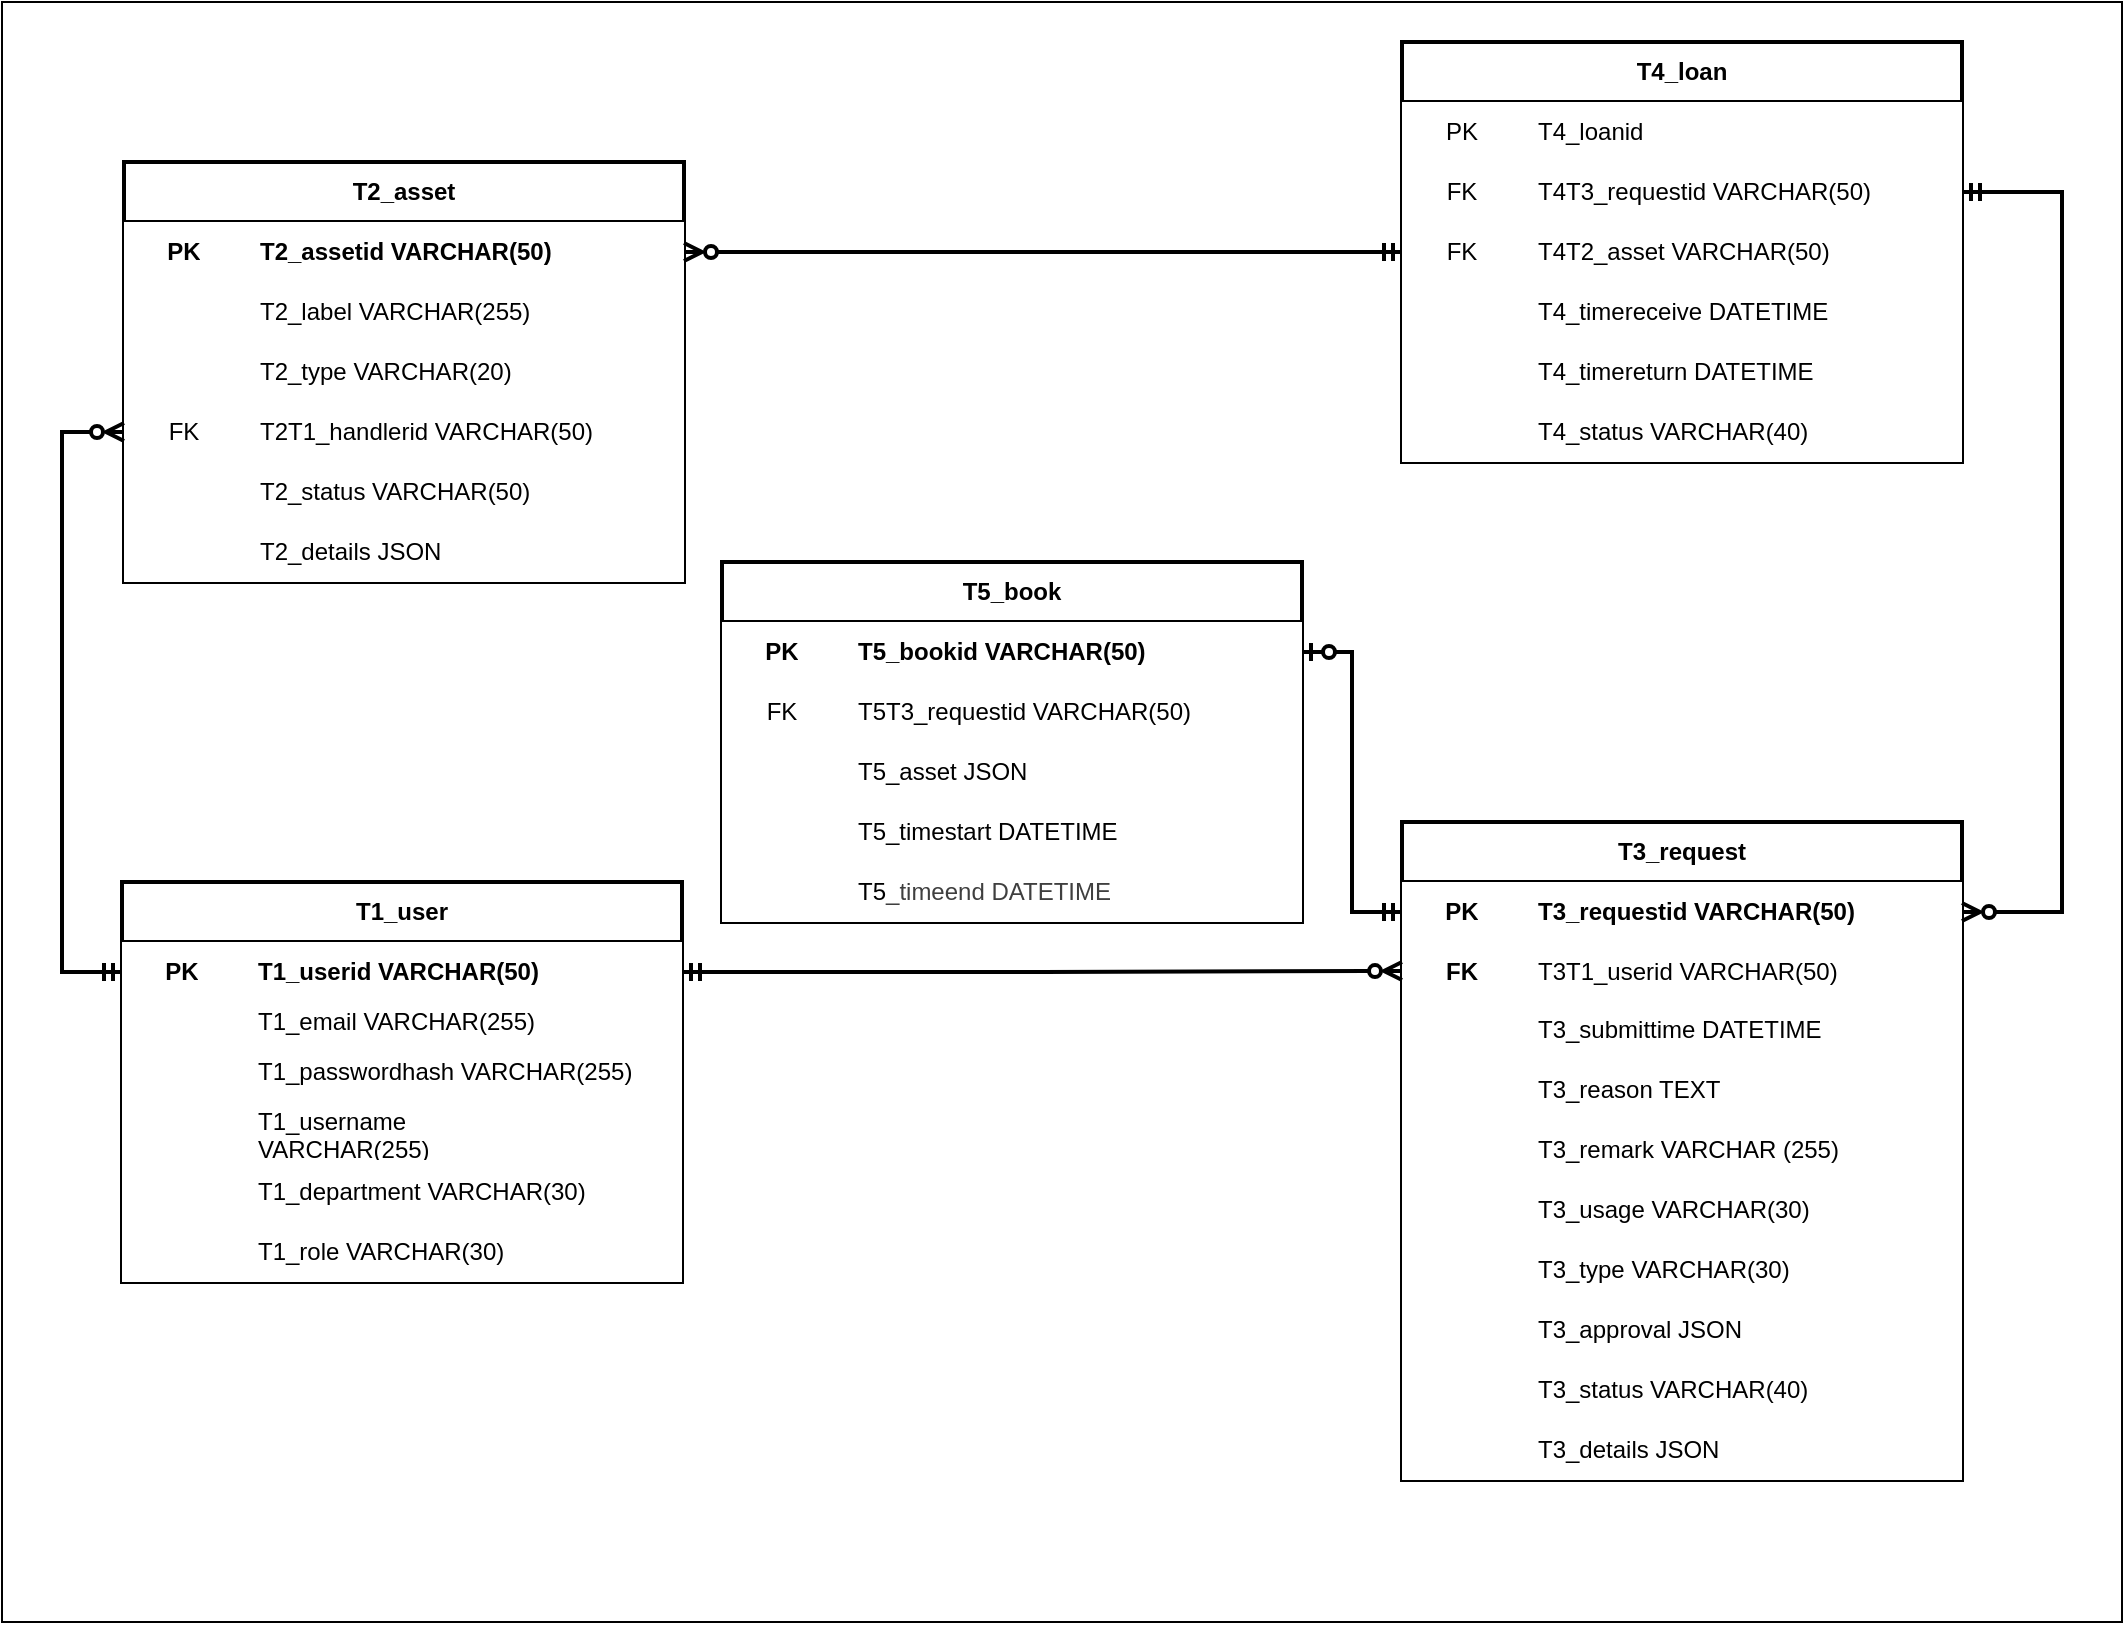
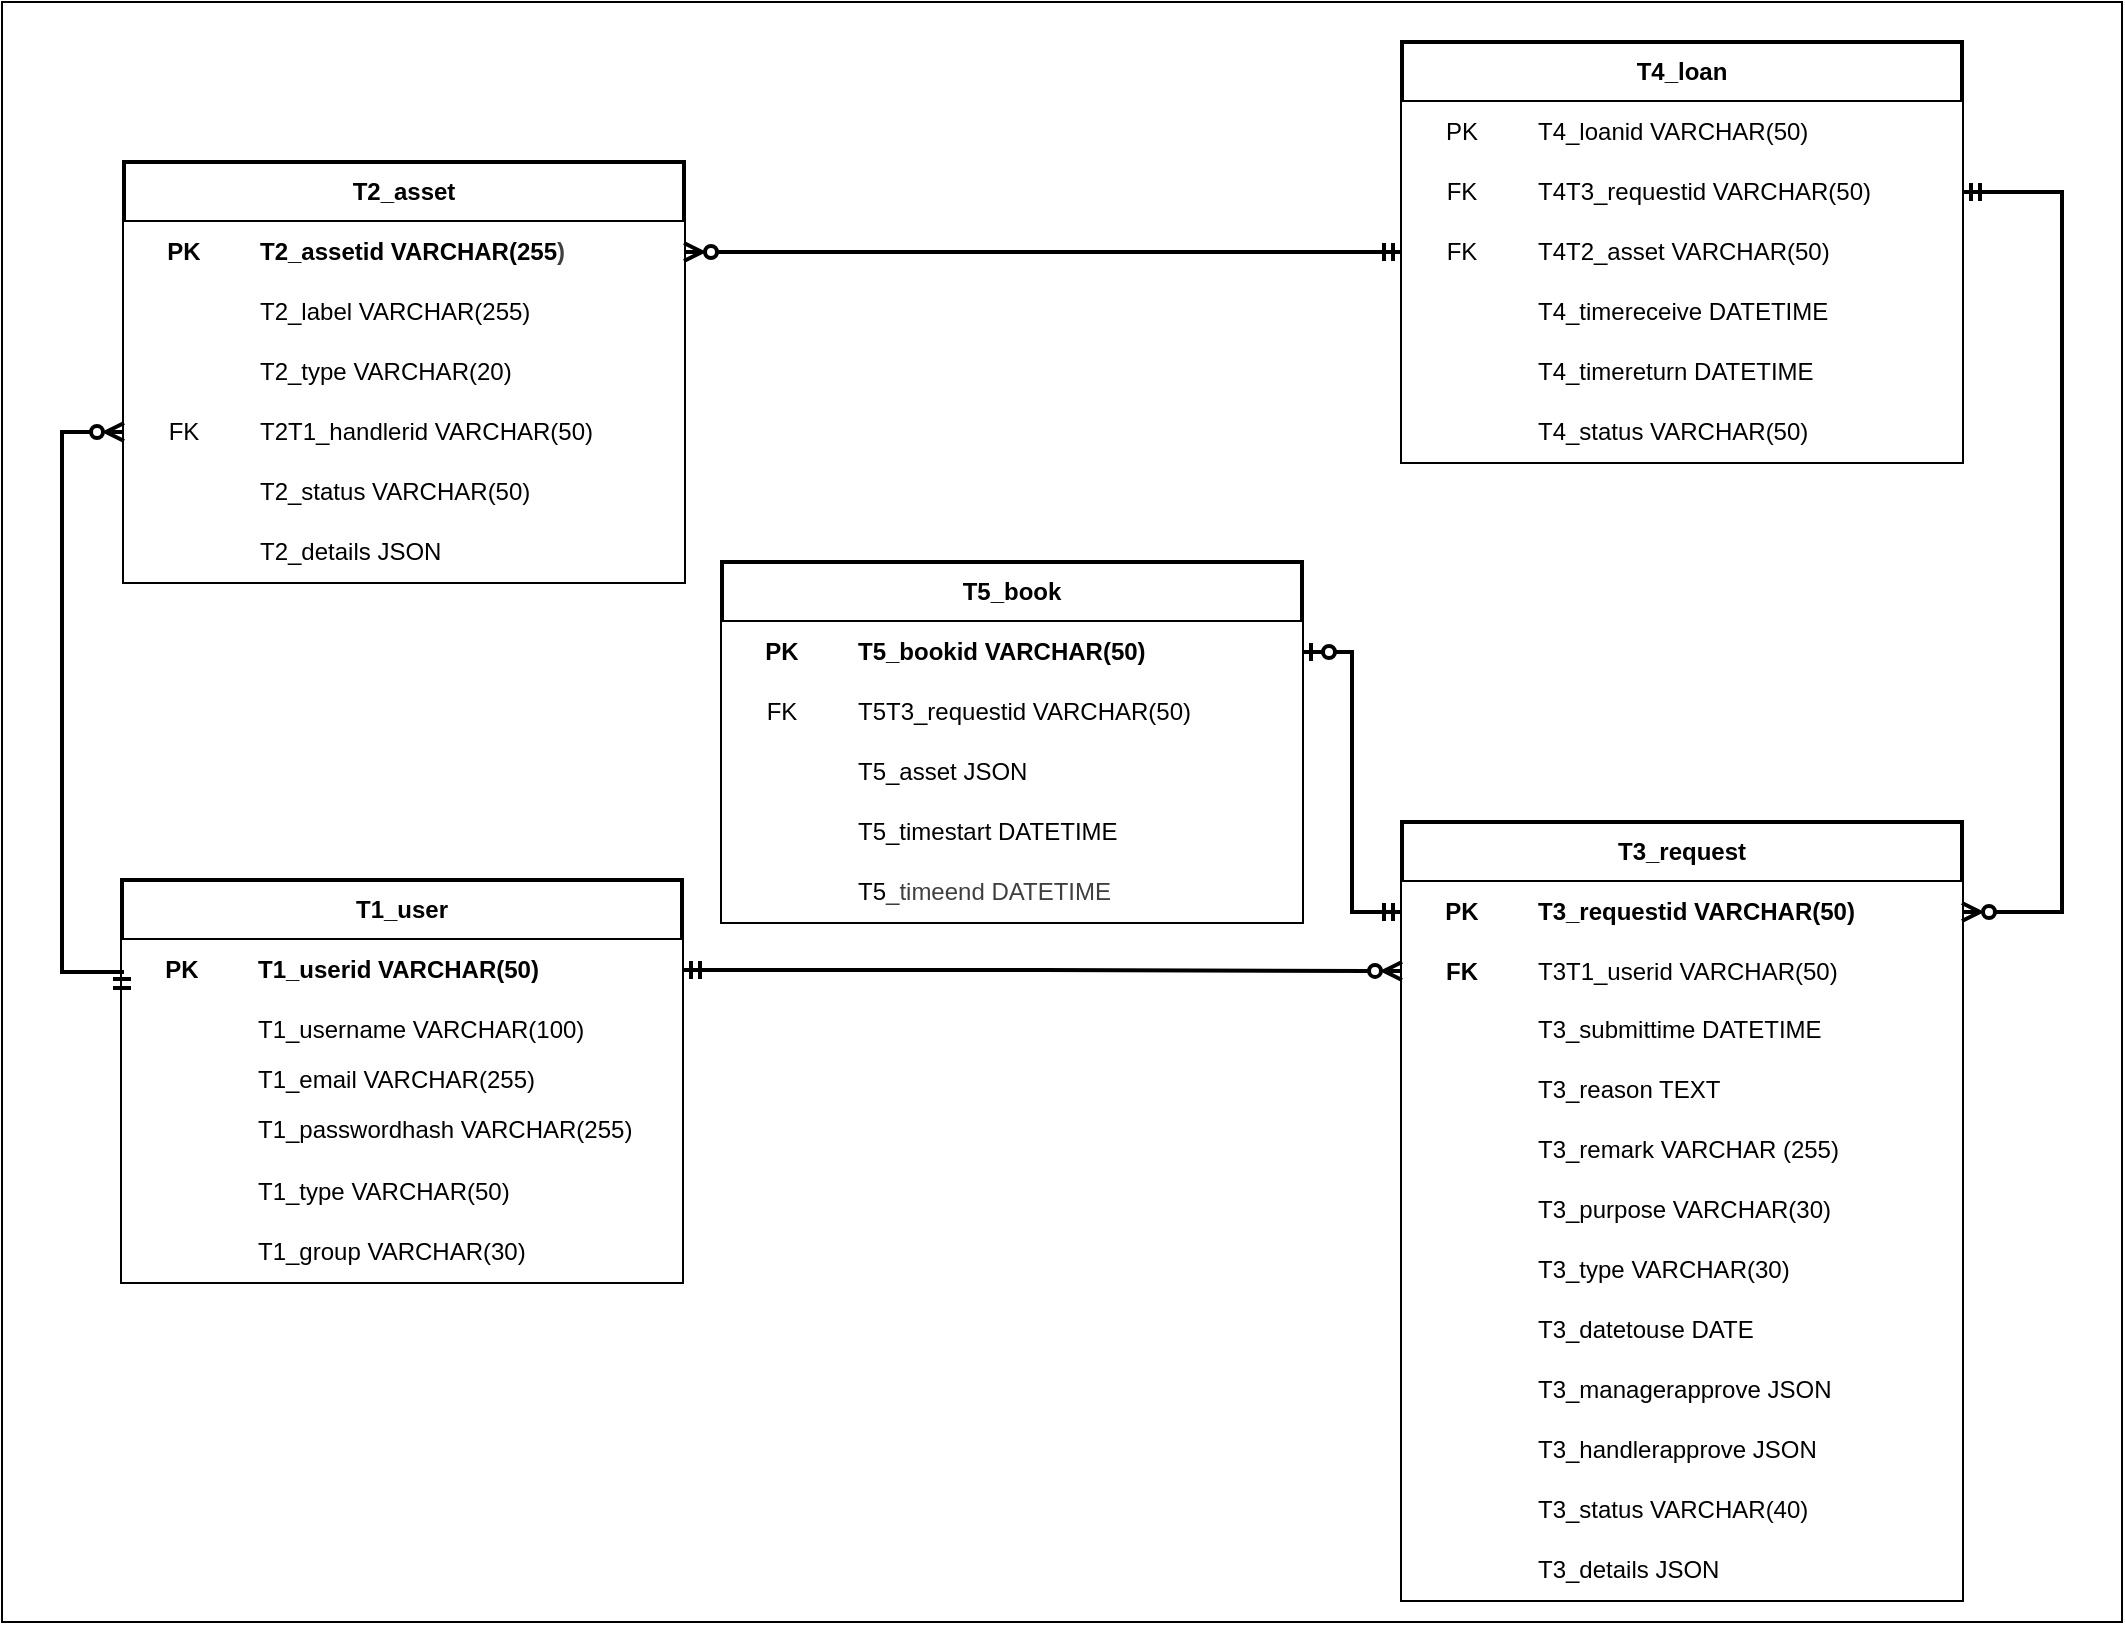
<mxfile host="65bd71144e">
    <diagram id="99jGwjI2mK34O7oxaWJw" name="Page-1">
-         <mxGraphModel dx="528" dy="912" grid="1" gridSize="10" guides="1" tooltips="1" connect="1" arrows="1" fold="1" page="1" pageScale="1" pageWidth="827" pageHeight="1169" math="0" shadow="0">
+         <mxGraphModel dx="401" dy="547" grid="1" gridSize="10" guides="1" tooltips="1" connect="1" arrows="1" fold="1" page="1" pageScale="1" pageWidth="827" pageHeight="1169" math="0" shadow="0">
            <root>
                <mxCell id="0"/>
                <mxCell id="1" parent="0"/>
                <mxCell id="160" value="" style="rounded=0;whiteSpace=wrap;html=1;movable=0;resizable=0;rotatable=0;deletable=0;editable=0;locked=1;connectable=0;" parent="1" vertex="1">
                    <mxGeometry x="160" y="90" width="1060" height="810" as="geometry"/>
                </mxCell>
                <mxCell id="18" value="T1_user" style="shape=table;startSize=30;container=1;collapsible=1;childLayout=tableLayout;fixedRows=1;rowLines=0;fontStyle=1;align=center;resizeLast=1;html=1;whiteSpace=wrap;fillColor=default;fillStyle=solid;swimlaneFillColor=none;strokeColor=default;perimeterSpacing=0;swimlaneLine=1;shadow=0;strokeWidth=2;labelBorderColor=none;labelBackgroundColor=none;" parent="1" vertex="1">
-                     <mxGeometry x="220" y="530" width="280" height="200" as="geometry"/>
+                     <mxGeometry x="220" y="529" width="280" height="201" as="geometry"/>
                </mxCell>
                <mxCell id="19" value="" style="shape=tableRow;horizontal=0;startSize=0;swimlaneHead=0;swimlaneBody=0;fillColor=default;collapsible=0;dropTarget=0;points=[[0,0.5],[1,0.5]];portConstraint=eastwest;top=0;left=0;right=0;bottom=0;html=1;labelBackgroundColor=none;labelBorderColor=none;swimlaneFillColor=none;" parent="18" vertex="1">
                    <mxGeometry y="30" width="280" height="30" as="geometry"/>
                </mxCell>
                <mxCell id="20" value="PK" style="shape=partialRectangle;connectable=0;fillColor=default;top=0;left=0;bottom=0;right=0;fontStyle=1;overflow=hidden;html=1;whiteSpace=wrap;labelBackgroundColor=none;labelBorderColor=none;swimlaneFillColor=none;" parent="19" vertex="1">
                    <mxGeometry width="60" height="30" as="geometry">
                        <mxRectangle width="60" height="30" as="alternateBounds"/>
                    </mxGeometry>
                </mxCell>
                <mxCell id="21" value="T1_userid VARCHAR(50)" style="shape=partialRectangle;connectable=0;fillColor=default;top=0;left=0;bottom=0;right=0;align=left;spacingLeft=6;fontStyle=1;overflow=hidden;html=1;whiteSpace=wrap;labelBackgroundColor=none;labelBorderColor=none;swimlaneFillColor=none;" parent="19" vertex="1">
                    <mxGeometry x="60" width="220" height="30" as="geometry">
                        <mxRectangle width="220" height="30" as="alternateBounds"/>
                    </mxGeometry>
                </mxCell>
+                 <mxCell id="119" value="" style="shape=tableRow;horizontal=0;startSize=0;swimlaneHead=0;swimlaneBody=0;fillColor=default;collapsible=0;dropTarget=0;points=[[0,0.5],[1,0.5]];portConstraint=eastwest;top=0;left=0;right=0;bottom=0;html=1;labelBackgroundColor=none;labelBorderColor=none;swimlaneFillColor=none;" parent="18" vertex="1">
+                     <mxGeometry y="60" width="280" height="30" as="geometry"/>
+                 </mxCell>
+                 <mxCell id="120" value="" style="shape=partialRectangle;connectable=0;fillColor=default;top=0;left=0;bottom=0;right=0;editable=1;overflow=hidden;html=1;whiteSpace=wrap;labelBackgroundColor=none;labelBorderColor=none;swimlaneFillColor=none;" parent="119" vertex="1">
+                     <mxGeometry width="60" height="30" as="geometry">
+                         <mxRectangle width="60" height="30" as="alternateBounds"/>
+                     </mxGeometry>
+                 </mxCell>
+                 <mxCell id="121" value="T1_username VARCHAR(100)" style="shape=partialRectangle;connectable=0;fillColor=default;top=0;left=0;bottom=0;right=0;align=left;spacingLeft=6;overflow=hidden;html=1;whiteSpace=wrap;labelBackgroundColor=none;labelBorderColor=none;swimlaneFillColor=none;" parent="119" vertex="1">
+                     <mxGeometry x="60" width="220" height="30" as="geometry">
+                         <mxRectangle width="220" height="30" as="alternateBounds"/>
+                     </mxGeometry>
+                 </mxCell>
                <mxCell id="22" value="" style="shape=tableRow;horizontal=0;startSize=0;swimlaneHead=0;swimlaneBody=0;fillColor=default;collapsible=0;dropTarget=0;points=[[0,0.5],[1,0.5]];portConstraint=eastwest;top=0;left=0;right=0;bottom=0;html=1;labelBackgroundColor=none;labelBorderColor=none;swimlaneFillColor=none;" parent="18" vertex="1">
-                     <mxGeometry y="60" width="280" height="20" as="geometry"/>
+                     <mxGeometry y="90" width="280" height="20" as="geometry"/>
                </mxCell>
                <mxCell id="23" value="" style="shape=partialRectangle;connectable=0;fillColor=default;top=0;left=0;bottom=0;right=0;fontStyle=1;overflow=hidden;html=1;whiteSpace=wrap;strokeWidth=1;shadow=0;strokeColor=default;perimeterSpacing=0;labelBackgroundColor=none;labelBorderColor=none;swimlaneFillColor=none;" parent="22" vertex="1">
                    <mxGeometry width="60" height="20" as="geometry">
                        <mxRectangle width="60" height="20" as="alternateBounds"/>
                    </mxGeometry>
                </mxCell>
                <mxCell id="24" value="T1_email VARCHAR(255)" style="shape=partialRectangle;connectable=0;fillColor=default;top=0;left=0;bottom=0;right=0;align=left;spacingLeft=6;fontStyle=0;overflow=hidden;html=1;whiteSpace=wrap;strokeWidth=1;shadow=0;perimeterSpacing=0;labelBackgroundColor=none;labelBorderColor=none;swimlaneFillColor=none;" parent="22" vertex="1">
                    <mxGeometry x="60" width="220" height="20" as="geometry">
                        <mxRectangle width="220" height="20" as="alternateBounds"/>
                    </mxGeometry>
                </mxCell>
                <mxCell id="25" value="" style="shape=tableRow;horizontal=0;startSize=0;swimlaneHead=0;swimlaneBody=0;fillColor=default;collapsible=0;dropTarget=0;points=[[0,0.5],[1,0.5]];portConstraint=eastwest;top=0;left=0;right=0;bottom=0;html=1;labelBackgroundColor=none;labelBorderColor=none;swimlaneFillColor=none;" parent="18" vertex="1">
-                     <mxGeometry y="80" width="280" height="30" as="geometry"/>
+                     <mxGeometry y="110" width="280" height="30" as="geometry"/>
                </mxCell>
                <mxCell id="26" value="" style="shape=partialRectangle;connectable=0;fillColor=default;top=0;left=0;bottom=0;right=0;editable=1;overflow=hidden;html=1;whiteSpace=wrap;labelBackgroundColor=none;labelBorderColor=none;swimlaneFillColor=none;" parent="25" vertex="1">
                    <mxGeometry width="60" height="30" as="geometry">
                        <mxRectangle width="60" height="30" as="alternateBounds"/>
                    </mxGeometry>
                </mxCell>
                <mxCell id="27" value="T1_passwordhash VARCHAR(255)" style="shape=partialRectangle;connectable=0;fillColor=default;top=0;left=0;bottom=0;right=0;align=left;spacingLeft=6;overflow=hidden;html=1;whiteSpace=wrap;labelBackgroundColor=none;labelBorderColor=none;swimlaneFillColor=none;" parent="25" vertex="1">
                    <mxGeometry x="60" width="220" height="30" as="geometry">
                        <mxRectangle width="220" height="30" as="alternateBounds"/>
                    </mxGeometry>
                </mxCell>
-                 <mxCell id="119" value="" style="shape=tableRow;horizontal=0;startSize=0;swimlaneHead=0;swimlaneBody=0;fillColor=default;collapsible=0;dropTarget=0;points=[[0,0.5],[1,0.5]];portConstraint=eastwest;top=0;left=0;right=0;bottom=0;html=1;labelBackgroundColor=none;labelBorderColor=none;swimlaneFillColor=none;" parent="18" vertex="1">
-                     <mxGeometry y="110" width="280" height="30" as="geometry"/>
-                 </mxCell>
-                 <mxCell id="120" value="" style="shape=partialRectangle;connectable=0;fillColor=default;top=0;left=0;bottom=0;right=0;editable=1;overflow=hidden;html=1;whiteSpace=wrap;labelBackgroundColor=none;labelBorderColor=none;swimlaneFillColor=none;" parent="119" vertex="1">
-                     <mxGeometry width="60" height="30" as="geometry">
-                         <mxRectangle width="60" height="30" as="alternateBounds"/>
-                     </mxGeometry>
-                 </mxCell>
-                 <mxCell id="121" value="T1_username VARCHAR(255)&lt;span style=&quot;white-space: pre;&quot;&gt;&#x9;&lt;/span&gt;&lt;span style=&quot;white-space: pre;&quot;&gt;&#x9;&lt;/span&gt;" style="shape=partialRectangle;connectable=0;fillColor=default;top=0;left=0;bottom=0;right=0;align=left;spacingLeft=6;overflow=hidden;html=1;whiteSpace=wrap;labelBackgroundColor=none;labelBorderColor=none;swimlaneFillColor=none;" parent="119" vertex="1">
-                     <mxGeometry x="60" width="220" height="30" as="geometry">
-                         <mxRectangle width="220" height="30" as="alternateBounds"/>
-                     </mxGeometry>
-                 </mxCell>
                <mxCell id="122" value="" style="shape=tableRow;horizontal=0;startSize=0;swimlaneHead=0;swimlaneBody=0;fillColor=default;collapsible=0;dropTarget=0;points=[[0,0.5],[1,0.5]];portConstraint=eastwest;top=0;left=0;right=0;bottom=0;html=1;labelBackgroundColor=none;labelBorderColor=none;swimlaneFillColor=none;" parent="18" vertex="1">
-                     <mxGeometry y="140" width="280" height="30" as="geometry"/>
+                     <mxGeometry y="140" width="280" height="31" as="geometry"/>
                </mxCell>
                <mxCell id="123" value="" style="shape=partialRectangle;connectable=0;fillColor=default;top=0;left=0;bottom=0;right=0;editable=1;overflow=hidden;html=1;whiteSpace=wrap;labelBackgroundColor=none;labelBorderColor=none;swimlaneFillColor=none;" parent="122" vertex="1">
-                     <mxGeometry width="60" height="30" as="geometry">
-                         <mxRectangle width="60" height="30" as="alternateBounds"/>
-                     </mxGeometry>
-                 </mxCell>
-                 <mxCell id="124" value="T1_department VARCHAR(30)" style="shape=partialRectangle;connectable=0;fillColor=default;top=0;left=0;bottom=0;right=0;align=left;spacingLeft=6;overflow=hidden;html=1;whiteSpace=wrap;labelBackgroundColor=none;labelBorderColor=none;swimlaneFillColor=none;" parent="122" vertex="1">
-                     <mxGeometry x="60" width="220" height="30" as="geometry">
-                         <mxRectangle width="220" height="30" as="alternateBounds"/>
+                     <mxGeometry width="60" height="31" as="geometry">
+                         <mxRectangle width="60" height="31" as="alternateBounds"/>
+                     </mxGeometry>
+                 </mxCell>
+                 <mxCell id="124" value="T1_type VARCHAR(50)" style="shape=partialRectangle;connectable=0;fillColor=default;top=0;left=0;bottom=0;right=0;align=left;spacingLeft=6;overflow=hidden;html=1;whiteSpace=wrap;labelBackgroundColor=none;labelBorderColor=none;swimlaneFillColor=none;" parent="122" vertex="1">
+                     <mxGeometry x="60" width="220" height="31" as="geometry">
+                         <mxRectangle width="220" height="31" as="alternateBounds"/>
                    </mxGeometry>
                </mxCell>
                <mxCell id="28" value="" style="shape=tableRow;horizontal=0;startSize=0;swimlaneHead=0;swimlaneBody=0;fillColor=default;collapsible=0;dropTarget=0;points=[[0,0.5],[1,0.5]];portConstraint=eastwest;top=0;left=0;right=0;bottom=0;html=1;labelBackgroundColor=none;labelBorderColor=none;swimlaneFillColor=none;" parent="18" vertex="1">
-                     <mxGeometry y="170" width="280" height="30" as="geometry"/>
+                     <mxGeometry y="171" width="280" height="30" as="geometry"/>
                </mxCell>
                <mxCell id="29" value="" style="shape=partialRectangle;connectable=0;fillColor=default;top=0;left=0;bottom=0;right=0;editable=1;overflow=hidden;html=1;whiteSpace=wrap;labelBackgroundColor=none;labelBorderColor=none;swimlaneFillColor=none;" parent="28" vertex="1">
                    <mxGeometry width="60" height="30" as="geometry">
                        <mxRectangle width="60" height="30" as="alternateBounds"/>
                    </mxGeometry>
                </mxCell>
-                 <mxCell id="30" value="T1_role VARCHAR(30)" style="shape=partialRectangle;connectable=0;fillColor=default;top=0;left=0;bottom=0;right=0;align=left;spacingLeft=6;overflow=hidden;html=1;whiteSpace=wrap;labelBackgroundColor=none;labelBorderColor=none;swimlaneFillColor=none;" parent="28" vertex="1">
+                 <mxCell id="30" value="T1_group VARCHAR(30)" style="shape=partialRectangle;connectable=0;fillColor=default;top=0;left=0;bottom=0;right=0;align=left;spacingLeft=6;overflow=hidden;html=1;whiteSpace=wrap;labelBackgroundColor=none;labelBorderColor=none;swimlaneFillColor=none;" parent="28" vertex="1">
                    <mxGeometry x="60" width="220" height="30" as="geometry">
                        <mxRectangle width="220" height="30" as="alternateBounds"/>
                    </mxGeometry>
                </mxCell>
                <mxCell id="34" value="T2_asset" style="shape=table;startSize=30;container=1;collapsible=1;childLayout=tableLayout;fixedRows=1;rowLines=0;fontStyle=1;align=center;resizeLast=1;html=1;whiteSpace=wrap;fillColor=default;fillStyle=solid;swimlaneFillColor=none;strokeColor=default;perimeterSpacing=0;swimlaneLine=1;shadow=0;strokeWidth=2;labelBorderColor=none;labelBackgroundColor=none;" parent="1" vertex="1">
                    <mxGeometry x="221" y="170" width="280" height="210" as="geometry"/>
                </mxCell>
                <mxCell id="35" value="" style="shape=tableRow;horizontal=0;startSize=0;swimlaneHead=0;swimlaneBody=0;fillColor=default;collapsible=0;dropTarget=0;points=[[0,0.5],[1,0.5]];portConstraint=eastwest;top=0;left=0;right=0;bottom=0;html=1;labelBackgroundColor=none;labelBorderColor=none;swimlaneFillColor=none;" parent="34" vertex="1">
                    <mxGeometry y="30" width="280" height="30" as="geometry"/>
                </mxCell>
                <mxCell id="36" value="PK" style="shape=partialRectangle;connectable=0;fillColor=default;top=0;left=0;bottom=0;right=0;fontStyle=1;overflow=hidden;html=1;whiteSpace=wrap;labelBackgroundColor=none;labelBorderColor=none;swimlaneFillColor=none;" parent="35" vertex="1">
                    <mxGeometry width="60" height="30" as="geometry">
                        <mxRectangle width="60" height="30" as="alternateBounds"/>
                    </mxGeometry>
                </mxCell>
-                 <mxCell id="37" value="T2_assetid VARCHAR(50)" style="shape=partialRectangle;connectable=0;fillColor=default;top=0;left=0;bottom=0;right=0;align=left;spacingLeft=6;fontStyle=1;overflow=hidden;html=1;whiteSpace=wrap;labelBackgroundColor=none;labelBorderColor=none;swimlaneFillColor=none;" parent="35" vertex="1">
+                 <mxCell id="37" value="T2_assetid VARCHAR(255&lt;span style=&quot;color: rgb(63, 63, 63); background-color: transparent;&quot;&gt;)&lt;/span&gt;" style="shape=partialRectangle;connectable=0;fillColor=default;top=0;left=0;bottom=0;right=0;align=left;spacingLeft=6;fontStyle=1;overflow=hidden;html=1;whiteSpace=wrap;labelBackgroundColor=none;labelBorderColor=none;swimlaneFillColor=none;" parent="35" vertex="1">
                    <mxGeometry x="60" width="220" height="30" as="geometry">
                        <mxRectangle width="220" height="30" as="alternateBounds"/>
                    </mxGeometry>
                </mxCell>
                <mxCell id="38" value="" style="shape=tableRow;horizontal=0;startSize=0;swimlaneHead=0;swimlaneBody=0;fillColor=default;collapsible=0;dropTarget=0;points=[[0,0.5],[1,0.5]];portConstraint=eastwest;top=0;left=0;right=0;bottom=0;html=1;labelBackgroundColor=none;labelBorderColor=none;swimlaneFillColor=none;" parent="34" vertex="1">
                    <mxGeometry y="60" width="280" height="30" as="geometry"/>
                </mxCell>
                <mxCell id="39" value="" style="shape=partialRectangle;connectable=0;fillColor=default;top=0;left=0;bottom=0;right=0;fontStyle=1;overflow=hidden;html=1;whiteSpace=wrap;strokeWidth=1;shadow=0;strokeColor=default;perimeterSpacing=0;labelBackgroundColor=none;labelBorderColor=none;swimlaneFillColor=none;" parent="38" vertex="1">
                    <mxGeometry width="60" height="30" as="geometry">
                        <mxRectangle width="60" height="30" as="alternateBounds"/>
                    </mxGeometry>
                </mxCell>
                <mxCell id="40" value="T2_label VARCHAR(255)" style="shape=partialRectangle;connectable=0;fillColor=default;top=0;left=0;bottom=0;right=0;align=left;spacingLeft=6;fontStyle=0;overflow=hidden;html=1;whiteSpace=wrap;strokeWidth=1;shadow=0;perimeterSpacing=0;labelBackgroundColor=none;labelBorderColor=none;swimlaneFillColor=none;" parent="38" vertex="1">
                    <mxGeometry x="60" width="220" height="30" as="geometry">
                        <mxRectangle width="220" height="30" as="alternateBounds"/>
                    </mxGeometry>
                </mxCell>
                <mxCell id="66" value="" style="shape=tableRow;horizontal=0;startSize=0;swimlaneHead=0;swimlaneBody=0;fillColor=default;collapsible=0;dropTarget=0;points=[[0,0.5],[1,0.5]];portConstraint=eastwest;top=0;left=0;right=0;bottom=0;html=1;labelBackgroundColor=none;labelBorderColor=none;swimlaneFillColor=none;" parent="34" vertex="1">
                    <mxGeometry y="90" width="280" height="30" as="geometry"/>
                </mxCell>
                <mxCell id="67" value="" style="shape=partialRectangle;connectable=0;fillColor=default;top=0;left=0;bottom=0;right=0;fontStyle=1;overflow=hidden;html=1;whiteSpace=wrap;strokeWidth=1;shadow=0;strokeColor=default;perimeterSpacing=0;labelBackgroundColor=none;labelBorderColor=none;swimlaneFillColor=none;" parent="66" vertex="1">
                    <mxGeometry width="60" height="30" as="geometry">
                        <mxRectangle width="60" height="30" as="alternateBounds"/>
                    </mxGeometry>
                </mxCell>
                <mxCell id="68" value="T2_type VARCHAR(20)" style="shape=partialRectangle;connectable=0;fillColor=default;top=0;left=0;bottom=0;right=0;align=left;spacingLeft=6;fontStyle=0;overflow=hidden;html=1;whiteSpace=wrap;strokeWidth=1;shadow=0;perimeterSpacing=0;labelBackgroundColor=none;labelBorderColor=none;swimlaneFillColor=none;" parent="66" vertex="1">
                    <mxGeometry x="60" width="220" height="30" as="geometry">
                        <mxRectangle width="220" height="30" as="alternateBounds"/>
                    </mxGeometry>
                </mxCell>
                <mxCell id="60" value="" style="shape=tableRow;horizontal=0;startSize=0;swimlaneHead=0;swimlaneBody=0;fillColor=default;collapsible=0;dropTarget=0;points=[[0,0.5],[1,0.5]];portConstraint=eastwest;top=0;left=0;right=0;bottom=0;html=1;labelBackgroundColor=none;labelBorderColor=none;swimlaneFillColor=none;" parent="34" vertex="1">
                    <mxGeometry y="120" width="280" height="30" as="geometry"/>
                </mxCell>
                <mxCell id="61" value="FK" style="shape=partialRectangle;connectable=0;fillColor=default;top=0;left=0;bottom=0;right=0;editable=1;overflow=hidden;html=1;whiteSpace=wrap;labelBackgroundColor=none;labelBorderColor=none;swimlaneFillColor=none;" parent="60" vertex="1">
                    <mxGeometry width="60" height="30" as="geometry">
                        <mxRectangle width="60" height="30" as="alternateBounds"/>
                    </mxGeometry>
                </mxCell>
                <mxCell id="62" value="T2T1_handlerid VARCHAR(50)" style="shape=partialRectangle;connectable=0;fillColor=default;top=0;left=0;bottom=0;right=0;align=left;spacingLeft=6;overflow=hidden;html=1;whiteSpace=wrap;labelBackgroundColor=none;labelBorderColor=none;swimlaneFillColor=none;" parent="60" vertex="1">
                    <mxGeometry x="60" width="220" height="30" as="geometry">
                        <mxRectangle width="220" height="30" as="alternateBounds"/>
                    </mxGeometry>
                </mxCell>
                <mxCell id="69" value="" style="shape=tableRow;horizontal=0;startSize=0;swimlaneHead=0;swimlaneBody=0;fillColor=default;collapsible=0;dropTarget=0;points=[[0,0.5],[1,0.5]];portConstraint=eastwest;top=0;left=0;right=0;bottom=0;html=1;labelBackgroundColor=none;labelBorderColor=none;swimlaneFillColor=none;" parent="34" vertex="1">
                    <mxGeometry y="150" width="280" height="30" as="geometry"/>
                </mxCell>
                <mxCell id="70" value="" style="shape=partialRectangle;connectable=0;fillColor=default;top=0;left=0;bottom=0;right=0;editable=1;overflow=hidden;html=1;whiteSpace=wrap;labelBackgroundColor=none;labelBorderColor=none;swimlaneFillColor=none;" parent="69" vertex="1">
                    <mxGeometry width="60" height="30" as="geometry">
                        <mxRectangle width="60" height="30" as="alternateBounds"/>
                    </mxGeometry>
                </mxCell>
                <mxCell id="71" value="T2_status VARCHAR(50)" style="shape=partialRectangle;connectable=0;fillColor=default;top=0;left=0;bottom=0;right=0;align=left;spacingLeft=6;overflow=hidden;html=1;whiteSpace=wrap;labelBackgroundColor=none;labelBorderColor=none;swimlaneFillColor=none;" parent="69" vertex="1">
                    <mxGeometry x="60" width="220" height="30" as="geometry">
                        <mxRectangle width="220" height="30" as="alternateBounds"/>
                    </mxGeometry>
                </mxCell>
                <mxCell id="153" value="" style="shape=tableRow;horizontal=0;startSize=0;swimlaneHead=0;swimlaneBody=0;fillColor=default;collapsible=0;dropTarget=0;points=[[0,0.5],[1,0.5]];portConstraint=eastwest;top=0;left=0;right=0;bottom=0;html=1;labelBackgroundColor=none;labelBorderColor=none;swimlaneFillColor=none;" parent="34" vertex="1">
                    <mxGeometry y="180" width="280" height="30" as="geometry"/>
                </mxCell>
                <mxCell id="154" value="" style="shape=partialRectangle;connectable=0;fillColor=default;top=0;left=0;bottom=0;right=0;editable=1;overflow=hidden;html=1;whiteSpace=wrap;labelBackgroundColor=none;labelBorderColor=none;swimlaneFillColor=none;" parent="153" vertex="1">
                    <mxGeometry width="60" height="30" as="geometry">
                        <mxRectangle width="60" height="30" as="alternateBounds"/>
                    </mxGeometry>
                </mxCell>
                <mxCell id="155" value="T2_details JSON" style="shape=partialRectangle;connectable=0;fillColor=default;top=0;left=0;bottom=0;right=0;align=left;spacingLeft=6;overflow=hidden;html=1;whiteSpace=wrap;labelBackgroundColor=none;labelBorderColor=none;swimlaneFillColor=none;" parent="153" vertex="1">
                    <mxGeometry x="60" width="220" height="30" as="geometry">
                        <mxRectangle width="220" height="30" as="alternateBounds"/>
                    </mxGeometry>
                </mxCell>
                <mxCell id="72" value="T3_request" style="shape=table;startSize=30;container=1;collapsible=1;childLayout=tableLayout;fixedRows=1;rowLines=0;fontStyle=1;align=center;resizeLast=1;html=1;whiteSpace=wrap;fillColor=default;fillStyle=solid;swimlaneFillColor=none;strokeColor=default;perimeterSpacing=0;swimlaneLine=1;shadow=0;strokeWidth=2;labelBorderColor=none;labelBackgroundColor=none;" parent="1" vertex="1">
-                     <mxGeometry x="860" y="500" width="280" height="329" as="geometry"/>
+                     <mxGeometry x="860" y="500" width="280" height="389" as="geometry"/>
                </mxCell>
                <mxCell id="73" value="" style="shape=tableRow;horizontal=0;startSize=0;swimlaneHead=0;swimlaneBody=0;fillColor=default;collapsible=0;dropTarget=0;points=[[0,0.5],[1,0.5]];portConstraint=eastwest;top=0;left=0;right=0;bottom=0;html=1;labelBackgroundColor=none;labelBorderColor=none;swimlaneFillColor=none;" parent="72" vertex="1">
                    <mxGeometry y="30" width="280" height="30" as="geometry"/>
                </mxCell>
                <mxCell id="74" value="PK" style="shape=partialRectangle;connectable=0;fillColor=default;top=0;left=0;bottom=0;right=0;fontStyle=1;overflow=hidden;html=1;whiteSpace=wrap;labelBackgroundColor=none;labelBorderColor=none;swimlaneFillColor=none;" parent="73" vertex="1">
                    <mxGeometry width="60" height="30" as="geometry">
                        <mxRectangle width="60" height="30" as="alternateBounds"/>
                    </mxGeometry>
                </mxCell>
                <mxCell id="75" value="T3_requestid VARCHAR(50)" style="shape=partialRectangle;connectable=0;fillColor=default;top=0;left=0;bottom=0;right=0;align=left;spacingLeft=6;fontStyle=1;overflow=hidden;html=1;whiteSpace=wrap;labelBackgroundColor=none;labelBorderColor=none;swimlaneFillColor=none;" parent="73" vertex="1">
                    <mxGeometry x="60" width="220" height="30" as="geometry">
                        <mxRectangle width="220" height="30" as="alternateBounds"/>
                    </mxGeometry>
                </mxCell>
                <mxCell id="76" value="" style="shape=tableRow;horizontal=0;startSize=0;swimlaneHead=0;swimlaneBody=0;fillColor=default;collapsible=0;dropTarget=0;points=[[0,0.5],[1,0.5]];portConstraint=eastwest;top=0;left=0;right=0;bottom=0;html=1;labelBackgroundColor=none;labelBorderColor=none;swimlaneFillColor=none;" parent="72" vertex="1">
                    <mxGeometry y="60" width="280" height="29" as="geometry"/>
                </mxCell>
                <mxCell id="77" value="FK" style="shape=partialRectangle;connectable=0;fillColor=default;top=0;left=0;bottom=0;right=0;fontStyle=1;overflow=hidden;html=1;whiteSpace=wrap;strokeWidth=1;shadow=0;strokeColor=default;perimeterSpacing=0;labelBackgroundColor=none;labelBorderColor=none;swimlaneFillColor=none;" parent="76" vertex="1">
                    <mxGeometry width="60" height="29" as="geometry">
                        <mxRectangle width="60" height="29" as="alternateBounds"/>
                    </mxGeometry>
                </mxCell>
                <mxCell id="78" value="T3T1_userid VARCHAR(50)" style="shape=partialRectangle;connectable=0;fillColor=default;top=0;left=0;bottom=0;right=0;align=left;spacingLeft=6;fontStyle=0;overflow=hidden;html=1;whiteSpace=wrap;strokeWidth=1;shadow=0;perimeterSpacing=0;labelBackgroundColor=none;labelBorderColor=none;swimlaneFillColor=none;" parent="76" vertex="1">
                    <mxGeometry x="60" width="220" height="29" as="geometry">
                        <mxRectangle width="220" height="29" as="alternateBounds"/>
                    </mxGeometry>
                </mxCell>
                <mxCell id="79" value="" style="shape=tableRow;horizontal=0;startSize=0;swimlaneHead=0;swimlaneBody=0;fillColor=default;collapsible=0;dropTarget=0;points=[[0,0.5],[1,0.5]];portConstraint=eastwest;top=0;left=0;right=0;bottom=0;html=1;labelBackgroundColor=none;labelBorderColor=none;swimlaneFillColor=none;" parent="72" vertex="1">
                    <mxGeometry y="89" width="280" height="30" as="geometry"/>
                </mxCell>
                <mxCell id="80" value="" style="shape=partialRectangle;connectable=0;fillColor=default;top=0;left=0;bottom=0;right=0;editable=1;overflow=hidden;html=1;whiteSpace=wrap;labelBackgroundColor=none;labelBorderColor=none;swimlaneFillColor=none;" parent="79" vertex="1">
                    <mxGeometry width="60" height="30" as="geometry">
                        <mxRectangle width="60" height="30" as="alternateBounds"/>
                    </mxGeometry>
                </mxCell>
                <mxCell id="81" value="T3_submittime DATETIME" style="shape=partialRectangle;connectable=0;fillColor=default;top=0;left=0;bottom=0;right=0;align=left;spacingLeft=6;overflow=hidden;html=1;whiteSpace=wrap;labelBackgroundColor=none;labelBorderColor=none;swimlaneFillColor=none;" parent="79" vertex="1">
                    <mxGeometry x="60" width="220" height="30" as="geometry">
                        <mxRectangle width="220" height="30" as="alternateBounds"/>
                    </mxGeometry>
                </mxCell>
                <mxCell id="128" value="" style="shape=tableRow;horizontal=0;startSize=0;swimlaneHead=0;swimlaneBody=0;fillColor=default;collapsible=0;dropTarget=0;points=[[0,0.5],[1,0.5]];portConstraint=eastwest;top=0;left=0;right=0;bottom=0;html=1;labelBackgroundColor=none;labelBorderColor=none;swimlaneFillColor=none;" parent="72" vertex="1">
                    <mxGeometry y="119" width="280" height="30" as="geometry"/>
                </mxCell>
                <mxCell id="129" value="" style="shape=partialRectangle;connectable=0;fillColor=default;top=0;left=0;bottom=0;right=0;editable=1;overflow=hidden;html=1;whiteSpace=wrap;labelBackgroundColor=none;labelBorderColor=none;swimlaneFillColor=none;" parent="128" vertex="1">
                    <mxGeometry width="60" height="30" as="geometry">
                        <mxRectangle width="60" height="30" as="alternateBounds"/>
                    </mxGeometry>
                </mxCell>
                <mxCell id="130" value="T3_reason TEXT" style="shape=partialRectangle;connectable=0;fillColor=default;top=0;left=0;bottom=0;right=0;align=left;spacingLeft=6;overflow=hidden;html=1;whiteSpace=wrap;labelBackgroundColor=none;labelBorderColor=none;swimlaneFillColor=none;" parent="128" vertex="1">
                    <mxGeometry x="60" width="220" height="30" as="geometry">
                        <mxRectangle width="220" height="30" as="alternateBounds"/>
                    </mxGeometry>
                </mxCell>
                <mxCell id="131" value="" style="shape=tableRow;horizontal=0;startSize=0;swimlaneHead=0;swimlaneBody=0;fillColor=default;collapsible=0;dropTarget=0;points=[[0,0.5],[1,0.5]];portConstraint=eastwest;top=0;left=0;right=0;bottom=0;html=1;labelBackgroundColor=none;labelBorderColor=none;swimlaneFillColor=none;" parent="72" vertex="1">
                    <mxGeometry y="149" width="280" height="30" as="geometry"/>
                </mxCell>
                <mxCell id="132" value="" style="shape=partialRectangle;connectable=0;fillColor=default;top=0;left=0;bottom=0;right=0;editable=1;overflow=hidden;html=1;whiteSpace=wrap;labelBackgroundColor=none;labelBorderColor=none;swimlaneFillColor=none;" parent="131" vertex="1">
                    <mxGeometry width="60" height="30" as="geometry">
                        <mxRectangle width="60" height="30" as="alternateBounds"/>
                    </mxGeometry>
                </mxCell>
                <mxCell id="133" value="T3_remark VARCHAR (255)" style="shape=partialRectangle;connectable=0;fillColor=default;top=0;left=0;bottom=0;right=0;align=left;spacingLeft=6;overflow=hidden;html=1;whiteSpace=wrap;labelBackgroundColor=none;labelBorderColor=none;swimlaneFillColor=none;" parent="131" vertex="1">
                    <mxGeometry x="60" width="220" height="30" as="geometry">
                        <mxRectangle width="220" height="30" as="alternateBounds"/>
                    </mxGeometry>
                </mxCell>
                <mxCell id="134" value="" style="shape=tableRow;horizontal=0;startSize=0;swimlaneHead=0;swimlaneBody=0;fillColor=default;collapsible=0;dropTarget=0;points=[[0,0.5],[1,0.5]];portConstraint=eastwest;top=0;left=0;right=0;bottom=0;html=1;labelBackgroundColor=none;labelBorderColor=none;swimlaneFillColor=none;" parent="72" vertex="1">
                    <mxGeometry y="179" width="280" height="30" as="geometry"/>
                </mxCell>
                <mxCell id="135" value="" style="shape=partialRectangle;connectable=0;fillColor=default;top=0;left=0;bottom=0;right=0;editable=1;overflow=hidden;html=1;whiteSpace=wrap;labelBackgroundColor=none;labelBorderColor=none;swimlaneFillColor=none;" parent="134" vertex="1">
                    <mxGeometry width="60" height="30" as="geometry">
                        <mxRectangle width="60" height="30" as="alternateBounds"/>
                    </mxGeometry>
                </mxCell>
-                 <mxCell id="136" value="T3_usage VARCHAR(30)" style="shape=partialRectangle;connectable=0;fillColor=default;top=0;left=0;bottom=0;right=0;align=left;spacingLeft=6;overflow=hidden;html=1;whiteSpace=wrap;labelBackgroundColor=none;labelBorderColor=none;swimlaneFillColor=none;" parent="134" vertex="1">
+                 <mxCell id="136" value="T3_purpose VARCHAR(30)" style="shape=partialRectangle;connectable=0;fillColor=default;top=0;left=0;bottom=0;right=0;align=left;spacingLeft=6;overflow=hidden;html=1;whiteSpace=wrap;labelBackgroundColor=none;labelBorderColor=none;swimlaneFillColor=none;" parent="134" vertex="1">
                    <mxGeometry x="60" width="220" height="30" as="geometry">
                        <mxRectangle width="220" height="30" as="alternateBounds"/>
                    </mxGeometry>
                </mxCell>
                <mxCell id="137" value="" style="shape=tableRow;horizontal=0;startSize=0;swimlaneHead=0;swimlaneBody=0;fillColor=default;collapsible=0;dropTarget=0;points=[[0,0.5],[1,0.5]];portConstraint=eastwest;top=0;left=0;right=0;bottom=0;html=1;labelBackgroundColor=none;labelBorderColor=none;swimlaneFillColor=none;" parent="72" vertex="1">
                    <mxGeometry y="209" width="280" height="30" as="geometry"/>
                </mxCell>
                <mxCell id="138" value="" style="shape=partialRectangle;connectable=0;fillColor=default;top=0;left=0;bottom=0;right=0;editable=1;overflow=hidden;html=1;whiteSpace=wrap;labelBackgroundColor=none;labelBorderColor=none;swimlaneFillColor=none;" parent="137" vertex="1">
                    <mxGeometry width="60" height="30" as="geometry">
                        <mxRectangle width="60" height="30" as="alternateBounds"/>
                    </mxGeometry>
                </mxCell>
                <mxCell id="139" value="T3_type VARCHAR(30)" style="shape=partialRectangle;connectable=0;fillColor=default;top=0;left=0;bottom=0;right=0;align=left;spacingLeft=6;overflow=hidden;html=1;whiteSpace=wrap;labelBackgroundColor=none;labelBorderColor=none;swimlaneFillColor=none;" parent="137" vertex="1">
                    <mxGeometry x="60" width="220" height="30" as="geometry">
                        <mxRectangle width="220" height="30" as="alternateBounds"/>
                    </mxGeometry>
                </mxCell>
+                 <mxCell id="242" value="" style="shape=tableRow;horizontal=0;startSize=0;swimlaneHead=0;swimlaneBody=0;fillColor=default;collapsible=0;dropTarget=0;points=[[0,0.5],[1,0.5]];portConstraint=eastwest;top=0;left=0;right=0;bottom=0;html=1;labelBackgroundColor=none;labelBorderColor=none;swimlaneFillColor=none;" vertex="1" parent="72">
+                     <mxGeometry y="239" width="280" height="30" as="geometry"/>
+                 </mxCell>
+                 <mxCell id="243" value="" style="shape=partialRectangle;connectable=0;fillColor=default;top=0;left=0;bottom=0;right=0;editable=1;overflow=hidden;html=1;whiteSpace=wrap;labelBackgroundColor=none;labelBorderColor=none;swimlaneFillColor=none;" vertex="1" parent="242">
+                     <mxGeometry width="60" height="30" as="geometry">
+                         <mxRectangle width="60" height="30" as="alternateBounds"/>
+                     </mxGeometry>
+                 </mxCell>
+                 <mxCell id="244" value="T3_datetouse DATE" style="shape=partialRectangle;connectable=0;fillColor=default;top=0;left=0;bottom=0;right=0;align=left;spacingLeft=6;overflow=hidden;html=1;whiteSpace=wrap;labelBackgroundColor=none;labelBorderColor=none;swimlaneFillColor=none;" vertex="1" parent="242">
+                     <mxGeometry x="60" width="220" height="30" as="geometry">
+                         <mxRectangle width="220" height="30" as="alternateBounds"/>
+                     </mxGeometry>
+                 </mxCell>
                <mxCell id="82" value="" style="shape=tableRow;horizontal=0;startSize=0;swimlaneHead=0;swimlaneBody=0;fillColor=default;collapsible=0;dropTarget=0;points=[[0,0.5],[1,0.5]];portConstraint=eastwest;top=0;left=0;right=0;bottom=0;html=1;labelBackgroundColor=none;labelBorderColor=none;swimlaneFillColor=none;" parent="72" vertex="1">
-                     <mxGeometry y="239" width="280" height="30" as="geometry"/>
+                     <mxGeometry y="269" width="280" height="30" as="geometry"/>
                </mxCell>
                <mxCell id="83" value="" style="shape=partialRectangle;connectable=0;fillColor=default;top=0;left=0;bottom=0;right=0;editable=1;overflow=hidden;html=1;whiteSpace=wrap;labelBackgroundColor=none;labelBorderColor=none;swimlaneFillColor=none;" parent="82" vertex="1">
                    <mxGeometry width="60" height="30" as="geometry">
                        <mxRectangle width="60" height="30" as="alternateBounds"/>
                    </mxGeometry>
                </mxCell>
-                 <mxCell id="84" value="T3_approval JSON" style="shape=partialRectangle;connectable=0;fillColor=default;top=0;left=0;bottom=0;right=0;align=left;spacingLeft=6;overflow=hidden;html=1;whiteSpace=wrap;labelBackgroundColor=none;labelBorderColor=none;swimlaneFillColor=none;" parent="82" vertex="1">
+                 <mxCell id="84" value="T3_managerapprove JSON" style="shape=partialRectangle;connectable=0;fillColor=default;top=0;left=0;bottom=0;right=0;align=left;spacingLeft=6;overflow=hidden;html=1;whiteSpace=wrap;labelBackgroundColor=none;labelBorderColor=none;swimlaneFillColor=none;" parent="82" vertex="1">
+                     <mxGeometry x="60" width="220" height="30" as="geometry">
+                         <mxRectangle width="220" height="30" as="alternateBounds"/>
+                     </mxGeometry>
+                 </mxCell>
+                 <mxCell id="245" value="" style="shape=tableRow;horizontal=0;startSize=0;swimlaneHead=0;swimlaneBody=0;fillColor=default;collapsible=0;dropTarget=0;points=[[0,0.5],[1,0.5]];portConstraint=eastwest;top=0;left=0;right=0;bottom=0;html=1;labelBackgroundColor=none;labelBorderColor=none;swimlaneFillColor=none;" vertex="1" parent="72">
+                     <mxGeometry y="299" width="280" height="30" as="geometry"/>
+                 </mxCell>
+                 <mxCell id="246" value="" style="shape=partialRectangle;connectable=0;fillColor=default;top=0;left=0;bottom=0;right=0;editable=1;overflow=hidden;html=1;whiteSpace=wrap;labelBackgroundColor=none;labelBorderColor=none;swimlaneFillColor=none;" vertex="1" parent="245">
+                     <mxGeometry width="60" height="30" as="geometry">
+                         <mxRectangle width="60" height="30" as="alternateBounds"/>
+                     </mxGeometry>
+                 </mxCell>
+                 <mxCell id="247" value="T3_handlerapprove JSON" style="shape=partialRectangle;connectable=0;fillColor=default;top=0;left=0;bottom=0;right=0;align=left;spacingLeft=6;overflow=hidden;html=1;whiteSpace=wrap;labelBackgroundColor=none;labelBorderColor=none;swimlaneFillColor=none;" vertex="1" parent="245">
                    <mxGeometry x="60" width="220" height="30" as="geometry">
                        <mxRectangle width="220" height="30" as="alternateBounds"/>
                    </mxGeometry>
                </mxCell>
                <mxCell id="88" value="" style="shape=tableRow;horizontal=0;startSize=0;swimlaneHead=0;swimlaneBody=0;fillColor=default;collapsible=0;dropTarget=0;points=[[0,0.5],[1,0.5]];portConstraint=eastwest;top=0;left=0;right=0;bottom=0;html=1;labelBackgroundColor=none;labelBorderColor=none;swimlaneFillColor=none;" parent="72" vertex="1">
-                     <mxGeometry y="269" width="280" height="30" as="geometry"/>
+                     <mxGeometry y="329" width="280" height="30" as="geometry"/>
                </mxCell>
                <mxCell id="89" value="" style="shape=partialRectangle;connectable=0;fillColor=default;top=0;left=0;bottom=0;right=0;editable=1;overflow=hidden;html=1;whiteSpace=wrap;labelBackgroundColor=none;labelBorderColor=none;swimlaneFillColor=none;" parent="88" vertex="1">
                    <mxGeometry width="60" height="30" as="geometry">
                        <mxRectangle width="60" height="30" as="alternateBounds"/>
                    </mxGeometry>
                </mxCell>
                <mxCell id="90" value="T3_status VARCHAR(40)" style="shape=partialRectangle;connectable=0;fillColor=default;top=0;left=0;bottom=0;right=0;align=left;spacingLeft=6;overflow=hidden;html=1;whiteSpace=wrap;labelBackgroundColor=none;labelBorderColor=none;swimlaneFillColor=none;" parent="88" vertex="1">
                    <mxGeometry x="60" width="220" height="30" as="geometry">
                        <mxRectangle width="220" height="30" as="alternateBounds"/>
                    </mxGeometry>
                </mxCell>
                <mxCell id="85" value="" style="shape=tableRow;horizontal=0;startSize=0;swimlaneHead=0;swimlaneBody=0;fillColor=default;collapsible=0;dropTarget=0;points=[[0,0.5],[1,0.5]];portConstraint=eastwest;top=0;left=0;right=0;bottom=0;html=1;labelBackgroundColor=none;labelBorderColor=none;swimlaneFillColor=none;" parent="72" vertex="1">
-                     <mxGeometry y="299" width="280" height="30" as="geometry"/>
+                     <mxGeometry y="359" width="280" height="30" as="geometry"/>
                </mxCell>
                <mxCell id="86" value="" style="shape=partialRectangle;connectable=0;fillColor=default;top=0;left=0;bottom=0;right=0;editable=1;overflow=hidden;html=1;whiteSpace=wrap;labelBackgroundColor=none;labelBorderColor=none;swimlaneFillColor=none;" parent="85" vertex="1">
                    <mxGeometry width="60" height="30" as="geometry">
                        <mxRectangle width="60" height="30" as="alternateBounds"/>
                    </mxGeometry>
                </mxCell>
                <mxCell id="87" value="T3_details JSON" style="shape=partialRectangle;connectable=0;fillColor=default;top=0;left=0;bottom=0;right=0;align=left;spacingLeft=6;overflow=hidden;html=1;whiteSpace=wrap;labelBackgroundColor=none;labelBorderColor=none;swimlaneFillColor=none;" parent="85" vertex="1">
                    <mxGeometry x="60" width="220" height="30" as="geometry">
                        <mxRectangle width="220" height="30" as="alternateBounds"/>
                    </mxGeometry>
                </mxCell>
                <mxCell id="161" value="T4_loan" style="shape=table;startSize=30;container=1;collapsible=1;childLayout=tableLayout;fixedRows=1;rowLines=0;fontStyle=1;align=center;resizeLast=1;html=1;whiteSpace=wrap;fillColor=default;fillStyle=solid;swimlaneFillColor=none;strokeColor=default;perimeterSpacing=0;swimlaneLine=1;shadow=0;strokeWidth=2;labelBorderColor=none;labelBackgroundColor=none;" parent="1" vertex="1">
                    <mxGeometry x="860" y="110" width="280" height="210" as="geometry"/>
                </mxCell>
-                 <mxCell id="239" value="" style="shape=tableRow;horizontal=0;startSize=0;swimlaneHead=0;swimlaneBody=0;fillColor=default;collapsible=0;dropTarget=0;points=[[0,0.5],[1,0.5]];portConstraint=eastwest;top=0;left=0;right=0;bottom=0;html=1;labelBackgroundColor=none;labelBorderColor=none;swimlaneFillColor=none;" vertex="1" parent="161">
+                 <mxCell id="239" value="" style="shape=tableRow;horizontal=0;startSize=0;swimlaneHead=0;swimlaneBody=0;fillColor=default;collapsible=0;dropTarget=0;points=[[0,0.5],[1,0.5]];portConstraint=eastwest;top=0;left=0;right=0;bottom=0;html=1;labelBackgroundColor=none;labelBorderColor=none;swimlaneFillColor=none;" parent="161" vertex="1">
                    <mxGeometry y="30" width="280" height="30" as="geometry"/>
                </mxCell>
-                 <mxCell id="240" value="PK" style="shape=partialRectangle;connectable=0;fillColor=default;top=0;left=0;bottom=0;right=0;editable=1;overflow=hidden;html=1;whiteSpace=wrap;labelBackgroundColor=none;labelBorderColor=none;swimlaneFillColor=none;" vertex="1" parent="239">
-                     <mxGeometry width="60" height="30" as="geometry">
-                         <mxRectangle width="60" height="30" as="alternateBounds"/>
-                     </mxGeometry>
-                 </mxCell>
-                 <mxCell id="241" value="T4_loanid" style="shape=partialRectangle;connectable=0;fillColor=default;top=0;left=0;bottom=0;right=0;align=left;spacingLeft=6;overflow=hidden;html=1;whiteSpace=wrap;labelBackgroundColor=none;labelBorderColor=none;swimlaneFillColor=none;" vertex="1" parent="239">
+                 <mxCell id="240" value="PK" style="shape=partialRectangle;connectable=0;fillColor=default;top=0;left=0;bottom=0;right=0;editable=1;overflow=hidden;html=1;whiteSpace=wrap;labelBackgroundColor=none;labelBorderColor=none;swimlaneFillColor=none;" parent="239" vertex="1">
+                     <mxGeometry width="60" height="30" as="geometry">
+                         <mxRectangle width="60" height="30" as="alternateBounds"/>
+                     </mxGeometry>
+                 </mxCell>
+                 <mxCell id="241" value="T4_loanid VARCHAR(50)" style="shape=partialRectangle;connectable=0;fillColor=default;top=0;left=0;bottom=0;right=0;align=left;spacingLeft=6;overflow=hidden;html=1;whiteSpace=wrap;labelBackgroundColor=none;labelBorderColor=none;swimlaneFillColor=none;" parent="239" vertex="1">
                    <mxGeometry x="60" width="220" height="30" as="geometry">
                        <mxRectangle width="220" height="30" as="alternateBounds"/>
                    </mxGeometry>
                </mxCell>
                <mxCell id="201" value="" style="shape=tableRow;horizontal=0;startSize=0;swimlaneHead=0;swimlaneBody=0;fillColor=default;collapsible=0;dropTarget=0;points=[[0,0.5],[1,0.5]];portConstraint=eastwest;top=0;left=0;right=0;bottom=0;html=1;labelBackgroundColor=none;labelBorderColor=none;swimlaneFillColor=none;" parent="161" vertex="1">
                    <mxGeometry y="60" width="280" height="30" as="geometry"/>
                </mxCell>
                <mxCell id="202" value="FK" style="shape=partialRectangle;connectable=0;fillColor=default;top=0;left=0;bottom=0;right=0;editable=1;overflow=hidden;html=1;whiteSpace=wrap;labelBackgroundColor=none;labelBorderColor=none;swimlaneFillColor=none;" parent="201" vertex="1">
                    <mxGeometry width="60" height="30" as="geometry">
                        <mxRectangle width="60" height="30" as="alternateBounds"/>
                    </mxGeometry>
                </mxCell>
                <mxCell id="203" value="T4T3_requestid VARCHAR(50)" style="shape=partialRectangle;connectable=0;fillColor=default;top=0;left=0;bottom=0;right=0;align=left;spacingLeft=6;overflow=hidden;html=1;whiteSpace=wrap;labelBackgroundColor=none;labelBorderColor=none;swimlaneFillColor=none;" parent="201" vertex="1">
                    <mxGeometry x="60" width="220" height="30" as="geometry">
                        <mxRectangle width="220" height="30" as="alternateBounds"/>
                    </mxGeometry>
                </mxCell>
                <mxCell id="165" value="" style="shape=tableRow;horizontal=0;startSize=0;swimlaneHead=0;swimlaneBody=0;fillColor=default;collapsible=0;dropTarget=0;points=[[0,0.5],[1,0.5]];portConstraint=eastwest;top=0;left=0;right=0;bottom=0;html=1;labelBackgroundColor=none;labelBorderColor=none;swimlaneFillColor=none;" parent="161" vertex="1">
                    <mxGeometry y="90" width="280" height="30" as="geometry"/>
                </mxCell>
                <mxCell id="166" value="&lt;span style=&quot;font-weight: normal;&quot;&gt;FK&lt;/span&gt;" style="shape=partialRectangle;connectable=0;fillColor=default;top=0;left=0;bottom=0;right=0;fontStyle=1;overflow=hidden;html=1;whiteSpace=wrap;strokeWidth=1;shadow=0;strokeColor=default;perimeterSpacing=0;labelBackgroundColor=none;labelBorderColor=none;swimlaneFillColor=none;" parent="165" vertex="1">
                    <mxGeometry width="60" height="30" as="geometry">
                        <mxRectangle width="60" height="30" as="alternateBounds"/>
                    </mxGeometry>
                </mxCell>
                <mxCell id="167" value="T4T2_asset VARCHAR(50)" style="shape=partialRectangle;connectable=0;fillColor=default;top=0;left=0;bottom=0;right=0;align=left;spacingLeft=6;fontStyle=0;overflow=hidden;html=1;whiteSpace=wrap;strokeWidth=1;shadow=0;perimeterSpacing=0;labelBackgroundColor=none;labelBorderColor=none;swimlaneFillColor=none;" parent="165" vertex="1">
                    <mxGeometry x="60" width="220" height="30" as="geometry">
                        <mxRectangle width="220" height="30" as="alternateBounds"/>
                    </mxGeometry>
                </mxCell>
                <mxCell id="171" value="" style="shape=tableRow;horizontal=0;startSize=0;swimlaneHead=0;swimlaneBody=0;fillColor=default;collapsible=0;dropTarget=0;points=[[0,0.5],[1,0.5]];portConstraint=eastwest;top=0;left=0;right=0;bottom=0;html=1;labelBackgroundColor=none;labelBorderColor=none;swimlaneFillColor=none;" parent="161" vertex="1">
                    <mxGeometry y="120" width="280" height="30" as="geometry"/>
                </mxCell>
                <mxCell id="172" value="" style="shape=partialRectangle;connectable=0;fillColor=default;top=0;left=0;bottom=0;right=0;editable=1;overflow=hidden;html=1;whiteSpace=wrap;labelBackgroundColor=none;labelBorderColor=none;swimlaneFillColor=none;" parent="171" vertex="1">
                    <mxGeometry width="60" height="30" as="geometry">
                        <mxRectangle width="60" height="30" as="alternateBounds"/>
                    </mxGeometry>
                </mxCell>
                <mxCell id="173" value="T4_timereceive DATETIME" style="shape=partialRectangle;connectable=0;fillColor=default;top=0;left=0;bottom=0;right=0;align=left;spacingLeft=6;overflow=hidden;html=1;whiteSpace=wrap;labelBackgroundColor=none;labelBorderColor=none;swimlaneFillColor=none;" parent="171" vertex="1">
                    <mxGeometry x="60" width="220" height="30" as="geometry">
                        <mxRectangle width="220" height="30" as="alternateBounds"/>
                    </mxGeometry>
                </mxCell>
                <mxCell id="174" value="" style="shape=tableRow;horizontal=0;startSize=0;swimlaneHead=0;swimlaneBody=0;fillColor=default;collapsible=0;dropTarget=0;points=[[0,0.5],[1,0.5]];portConstraint=eastwest;top=0;left=0;right=0;bottom=0;html=1;labelBackgroundColor=none;labelBorderColor=none;swimlaneFillColor=none;" parent="161" vertex="1">
                    <mxGeometry y="150" width="280" height="30" as="geometry"/>
                </mxCell>
                <mxCell id="175" value="" style="shape=partialRectangle;connectable=0;fillColor=default;top=0;left=0;bottom=0;right=0;editable=1;overflow=hidden;html=1;whiteSpace=wrap;labelBackgroundColor=none;labelBorderColor=none;swimlaneFillColor=none;" parent="174" vertex="1">
                    <mxGeometry width="60" height="30" as="geometry">
                        <mxRectangle width="60" height="30" as="alternateBounds"/>
                    </mxGeometry>
                </mxCell>
                <mxCell id="176" value="T4_timereturn DATETIME" style="shape=partialRectangle;connectable=0;fillColor=default;top=0;left=0;bottom=0;right=0;align=left;spacingLeft=6;overflow=hidden;html=1;whiteSpace=wrap;labelBackgroundColor=none;labelBorderColor=none;swimlaneFillColor=none;" parent="174" vertex="1">
                    <mxGeometry x="60" width="220" height="30" as="geometry">
                        <mxRectangle width="220" height="30" as="alternateBounds"/>
                    </mxGeometry>
                </mxCell>
                <mxCell id="236" value="" style="shape=tableRow;horizontal=0;startSize=0;swimlaneHead=0;swimlaneBody=0;fillColor=default;collapsible=0;dropTarget=0;points=[[0,0.5],[1,0.5]];portConstraint=eastwest;top=0;left=0;right=0;bottom=0;html=1;labelBackgroundColor=none;labelBorderColor=none;swimlaneFillColor=none;" parent="161" vertex="1">
                    <mxGeometry y="180" width="280" height="30" as="geometry"/>
                </mxCell>
                <mxCell id="237" value="" style="shape=partialRectangle;connectable=0;fillColor=default;top=0;left=0;bottom=0;right=0;editable=1;overflow=hidden;html=1;whiteSpace=wrap;labelBackgroundColor=none;labelBorderColor=none;swimlaneFillColor=none;" parent="236" vertex="1">
                    <mxGeometry width="60" height="30" as="geometry">
                        <mxRectangle width="60" height="30" as="alternateBounds"/>
                    </mxGeometry>
                </mxCell>
-                 <mxCell id="238" value="T4_status VARCHAR(40)" style="shape=partialRectangle;connectable=0;fillColor=default;top=0;left=0;bottom=0;right=0;align=left;spacingLeft=6;overflow=hidden;html=1;whiteSpace=wrap;labelBackgroundColor=none;labelBorderColor=none;swimlaneFillColor=none;" parent="236" vertex="1">
+                 <mxCell id="238" value="T4_status VARCHAR(50)" style="shape=partialRectangle;connectable=0;fillColor=default;top=0;left=0;bottom=0;right=0;align=left;spacingLeft=6;overflow=hidden;html=1;whiteSpace=wrap;labelBackgroundColor=none;labelBorderColor=none;swimlaneFillColor=none;" parent="236" vertex="1">
                    <mxGeometry x="60" width="220" height="30" as="geometry">
                        <mxRectangle width="220" height="30" as="alternateBounds"/>
                    </mxGeometry>
                </mxCell>
                <mxCell id="204" value="T5_book" style="shape=table;startSize=30;container=1;collapsible=1;childLayout=tableLayout;fixedRows=1;rowLines=0;fontStyle=1;align=center;resizeLast=1;html=1;whiteSpace=wrap;fillColor=default;fillStyle=solid;swimlaneFillColor=none;strokeColor=default;perimeterSpacing=0;swimlaneLine=1;shadow=0;strokeWidth=2;labelBorderColor=none;labelBackgroundColor=none;" parent="1" vertex="1">
                    <mxGeometry x="520" y="370" width="290" height="180" as="geometry"/>
                </mxCell>
                <mxCell id="205" value="" style="shape=tableRow;horizontal=0;startSize=0;swimlaneHead=0;swimlaneBody=0;fillColor=default;collapsible=0;dropTarget=0;points=[[0,0.5],[1,0.5]];portConstraint=eastwest;top=0;left=0;right=0;bottom=0;html=1;labelBackgroundColor=none;labelBorderColor=none;swimlaneFillColor=none;" parent="204" vertex="1">
                    <mxGeometry y="30" width="290" height="30" as="geometry"/>
                </mxCell>
                <mxCell id="206" value="PK" style="shape=partialRectangle;connectable=0;fillColor=default;top=0;left=0;bottom=0;right=0;fontStyle=1;overflow=hidden;html=1;whiteSpace=wrap;labelBackgroundColor=none;labelBorderColor=none;swimlaneFillColor=none;" parent="205" vertex="1">
                    <mxGeometry width="60" height="30" as="geometry">
                        <mxRectangle width="60" height="30" as="alternateBounds"/>
                    </mxGeometry>
                </mxCell>
                <mxCell id="207" value="T5_bookid VARCHAR(50)" style="shape=partialRectangle;connectable=0;fillColor=default;top=0;left=0;bottom=0;right=0;align=left;spacingLeft=6;fontStyle=1;overflow=hidden;html=1;whiteSpace=wrap;labelBackgroundColor=none;labelBorderColor=none;swimlaneFillColor=none;" parent="205" vertex="1">
                    <mxGeometry x="60" width="230" height="30" as="geometry">
                        <mxRectangle width="230" height="30" as="alternateBounds"/>
                    </mxGeometry>
                </mxCell>
                <mxCell id="208" value="" style="shape=tableRow;horizontal=0;startSize=0;swimlaneHead=0;swimlaneBody=0;fillColor=default;collapsible=0;dropTarget=0;points=[[0,0.5],[1,0.5]];portConstraint=eastwest;top=0;left=0;right=0;bottom=0;html=1;labelBackgroundColor=none;labelBorderColor=none;swimlaneFillColor=none;" parent="204" vertex="1">
                    <mxGeometry y="60" width="290" height="30" as="geometry"/>
                </mxCell>
                <mxCell id="209" value="FK" style="shape=partialRectangle;connectable=0;fillColor=default;top=0;left=0;bottom=0;right=0;editable=1;overflow=hidden;html=1;whiteSpace=wrap;labelBackgroundColor=none;labelBorderColor=none;swimlaneFillColor=none;" parent="208" vertex="1">
                    <mxGeometry width="60" height="30" as="geometry">
                        <mxRectangle width="60" height="30" as="alternateBounds"/>
                    </mxGeometry>
                </mxCell>
                <mxCell id="210" value="T5T3_requestid VARCHAR(50)" style="shape=partialRectangle;connectable=0;fillColor=default;top=0;left=0;bottom=0;right=0;align=left;spacingLeft=6;overflow=hidden;html=1;whiteSpace=wrap;labelBackgroundColor=none;labelBorderColor=none;swimlaneFillColor=none;" parent="208" vertex="1">
                    <mxGeometry x="60" width="230" height="30" as="geometry">
                        <mxRectangle width="230" height="30" as="alternateBounds"/>
                    </mxGeometry>
                </mxCell>
                <mxCell id="211" value="" style="shape=tableRow;horizontal=0;startSize=0;swimlaneHead=0;swimlaneBody=0;fillColor=default;collapsible=0;dropTarget=0;points=[[0,0.5],[1,0.5]];portConstraint=eastwest;top=0;left=0;right=0;bottom=0;html=1;labelBackgroundColor=none;labelBorderColor=none;swimlaneFillColor=none;" parent="204" vertex="1">
                    <mxGeometry y="90" width="290" height="30" as="geometry"/>
                </mxCell>
                <mxCell id="212" value="" style="shape=partialRectangle;connectable=0;fillColor=default;top=0;left=0;bottom=0;right=0;fontStyle=1;overflow=hidden;html=1;whiteSpace=wrap;strokeWidth=1;shadow=0;strokeColor=default;perimeterSpacing=0;labelBackgroundColor=none;labelBorderColor=none;swimlaneFillColor=none;" parent="211" vertex="1">
                    <mxGeometry width="60" height="30" as="geometry">
                        <mxRectangle width="60" height="30" as="alternateBounds"/>
                    </mxGeometry>
                </mxCell>
                <mxCell id="213" value="T5_asset JSON" style="shape=partialRectangle;connectable=0;fillColor=default;top=0;left=0;bottom=0;right=0;align=left;spacingLeft=6;fontStyle=0;overflow=hidden;html=1;whiteSpace=wrap;strokeWidth=1;shadow=0;perimeterSpacing=0;labelBackgroundColor=none;labelBorderColor=none;swimlaneFillColor=none;" parent="211" vertex="1">
                    <mxGeometry x="60" width="230" height="30" as="geometry">
                        <mxRectangle width="230" height="30" as="alternateBounds"/>
                    </mxGeometry>
                </mxCell>
                <mxCell id="217" value="" style="shape=tableRow;horizontal=0;startSize=0;swimlaneHead=0;swimlaneBody=0;fillColor=default;collapsible=0;dropTarget=0;points=[[0,0.5],[1,0.5]];portConstraint=eastwest;top=0;left=0;right=0;bottom=0;html=1;labelBackgroundColor=none;labelBorderColor=none;swimlaneFillColor=none;" parent="204" vertex="1">
                    <mxGeometry y="120" width="290" height="30" as="geometry"/>
                </mxCell>
                <mxCell id="218" value="" style="shape=partialRectangle;connectable=0;fillColor=default;top=0;left=0;bottom=0;right=0;editable=1;overflow=hidden;html=1;whiteSpace=wrap;labelBackgroundColor=none;labelBorderColor=none;swimlaneFillColor=none;" parent="217" vertex="1">
                    <mxGeometry width="60" height="30" as="geometry">
                        <mxRectangle width="60" height="30" as="alternateBounds"/>
                    </mxGeometry>
                </mxCell>
                <mxCell id="219" value="T5_timestart DATETIME" style="shape=partialRectangle;connectable=0;fillColor=default;top=0;left=0;bottom=0;right=0;align=left;spacingLeft=6;overflow=hidden;html=1;whiteSpace=wrap;labelBackgroundColor=none;labelBorderColor=none;swimlaneFillColor=none;" parent="217" vertex="1">
                    <mxGeometry x="60" width="230" height="30" as="geometry">
                        <mxRectangle width="230" height="30" as="alternateBounds"/>
                    </mxGeometry>
                </mxCell>
                <mxCell id="220" value="" style="shape=tableRow;horizontal=0;startSize=0;swimlaneHead=0;swimlaneBody=0;fillColor=default;collapsible=0;dropTarget=0;points=[[0,0.5],[1,0.5]];portConstraint=eastwest;top=0;left=0;right=0;bottom=0;html=1;labelBackgroundColor=none;labelBorderColor=none;swimlaneFillColor=none;" parent="204" vertex="1">
                    <mxGeometry y="150" width="290" height="30" as="geometry"/>
                </mxCell>
                <mxCell id="221" value="" style="shape=partialRectangle;connectable=0;fillColor=default;top=0;left=0;bottom=0;right=0;editable=1;overflow=hidden;html=1;whiteSpace=wrap;labelBackgroundColor=none;labelBorderColor=none;swimlaneFillColor=none;" parent="220" vertex="1">
                    <mxGeometry width="60" height="30" as="geometry">
                        <mxRectangle width="60" height="30" as="alternateBounds"/>
                    </mxGeometry>
                </mxCell>
                <mxCell id="222" value="T5&lt;span style=&quot;color: rgb(63, 63, 63); background-color: transparent;&quot;&gt;_timeend DATETIME&lt;/span&gt;" style="shape=partialRectangle;connectable=0;fillColor=default;top=0;left=0;bottom=0;right=0;align=left;spacingLeft=6;overflow=hidden;html=1;whiteSpace=wrap;labelBackgroundColor=none;labelBorderColor=none;swimlaneFillColor=none;" parent="220" vertex="1">
                    <mxGeometry x="60" width="230" height="30" as="geometry">
                        <mxRectangle width="230" height="30" as="alternateBounds"/>
                    </mxGeometry>
                </mxCell>
                <mxCell id="229" style="edgeStyle=orthogonalEdgeStyle;html=1;entryX=0;entryY=0.5;entryDx=0;entryDy=0;exitX=0;exitY=0.5;exitDx=0;exitDy=0;rounded=0;curved=0;strokeWidth=2;endArrow=ERzeroToMany;endFill=0;startArrow=ERmandOne;startFill=0;" parent="1" source="19" target="60" edge="1">
                    <mxGeometry relative="1" as="geometry">
                        <Array as="points">
                            <mxPoint x="190" y="575"/>
                            <mxPoint x="190" y="305"/>
                        </Array>
                    </mxGeometry>
                </mxCell>
                <mxCell id="232" style="edgeStyle=orthogonalEdgeStyle;shape=connector;curved=0;rounded=0;html=1;exitX=0;exitY=0.5;exitDx=0;exitDy=0;entryX=1;entryY=0.25;entryDx=0;entryDy=0;strokeColor=default;strokeWidth=2;align=center;verticalAlign=middle;fontFamily=Helvetica;fontSize=11;fontColor=default;labelBackgroundColor=default;endArrow=ERzeroToOne;startArrow=ERmandOne;startFill=0;endFill=0;" parent="1" source="73" target="204" edge="1">
                    <mxGeometry relative="1" as="geometry"/>
                </mxCell>
                <mxCell id="234" style="edgeStyle=orthogonalEdgeStyle;shape=connector;curved=0;rounded=0;html=1;entryX=0;entryY=0.5;entryDx=0;entryDy=0;strokeColor=default;strokeWidth=2;align=center;verticalAlign=middle;fontFamily=Helvetica;fontSize=11;fontColor=default;labelBackgroundColor=default;endArrow=ERmandOne;startArrow=ERzeroToMany;startFill=0;endFill=0;" parent="1" source="35" target="165" edge="1">
                    <mxGeometry relative="1" as="geometry"/>
                </mxCell>
                <mxCell id="235" style="edgeStyle=orthogonalEdgeStyle;shape=connector;curved=0;rounded=0;html=1;entryX=0;entryY=0.5;entryDx=0;entryDy=0;strokeColor=default;strokeWidth=2;align=center;verticalAlign=middle;fontFamily=Helvetica;fontSize=11;fontColor=default;labelBackgroundColor=default;endArrow=ERzeroToMany;startArrow=ERmandOne;startFill=0;endFill=0;" parent="1" source="19" target="76" edge="1">
                    <mxGeometry relative="1" as="geometry"/>
                </mxCell>
                <mxCell id="233" style="edgeStyle=orthogonalEdgeStyle;shape=connector;curved=0;rounded=0;html=1;exitX=1;exitY=0.5;exitDx=0;exitDy=0;entryX=1;entryY=0.5;entryDx=0;entryDy=0;strokeColor=default;strokeWidth=2;align=center;verticalAlign=middle;fontFamily=Helvetica;fontSize=11;fontColor=default;labelBackgroundColor=default;endArrow=ERzeroToMany;startArrow=ERmandOne;startFill=0;endFill=0;" parent="1" source="201" target="73" edge="1">
                    <mxGeometry relative="1" as="geometry">
                        <mxPoint x="1140" y="467" as="sourcePoint"/>
                        <mxPoint x="1140" y="187" as="targetPoint"/>
                        <Array as="points">
                            <mxPoint x="1190" y="185"/>
                            <mxPoint x="1190" y="545"/>
                        </Array>
                    </mxGeometry>
                </mxCell>
            </root>
        </mxGraphModel>
    </diagram>
</mxfile>